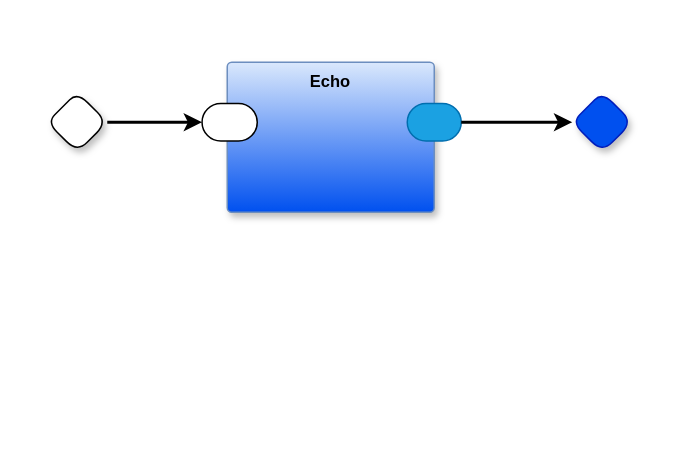
Earlier version of the draw.io diagram empty.drawio (guitarvydas/Demo-20240523). Source tidied: cells renumbered, new cells numbered last; positions are measured from the earlier drawing's top-left corner, leaving out a move shared by most shapes. Both pictures are drawn from the tidied source at 150%, with x=0, y=0 at pixel (46, 62).
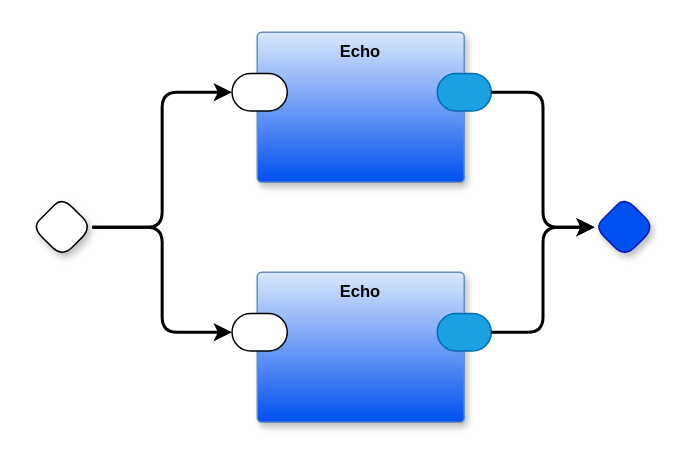
The same page after the edit.

The edit, as a diff of the source:
```diff
@@
 <mxGraphModel>
   <root>
     <mxCell id="0" />
     <mxCell id="1" parent="0" />
-    <mxCell id="2" style="edgeStyle=orthogonalEdgeStyle;rounded=1;jettySize=auto;html=1;exitX=1;exitY=0.5;exitDx=0;exitDy=0;exitPerimeter=0;strokeWidth=2;curved=0;" parent="1" edge="1" source="3" target="5">
-      <mxGeometry relative="1" as="geometry" />
-    </mxCell>
-    <mxCell id="3" style="rhombus;whiteSpace=wrap;html=1;rounded=1;fontStyle=1;glass=0;sketch=0;fontSize=12;points=[[0,0.5,0,0,0],[0.5,0,0,0,0],[0.5,1,0,0,0],[1,0.5,0,0,0]];shadow=1;fontFamily=Helvetica;fontColor=default;" parent="1" vertex="1">
-      <mxGeometry y="20" width="40" height="40" as="geometry" />
-    </mxCell>
-    <mxCell id="4" value="Echo" style="rounded=1;whiteSpace=wrap;html=1;verticalAlign=top;arcSize=6;fontStyle=1;absoluteArcSize=1;shadow=1;strokeColor=#6c8ebf;fillColor=#dae8fc;fontFamily=Helvetica;fontSize=11;gradientColor=#0050EF;fontColor=default;" parent="1" vertex="1">
-      <mxGeometry x="120" width="138" height="100" as="geometry" />
-    </mxCell>
-    <mxCell id="5" style="rounded=1;whiteSpace=wrap;html=1;sketch=0;points=[[0,0.5,0,0,0],[1,0.5,0,0,0]];arcSize=50;fontFamily=Helvetica;fontSize=11;fontColor=default;" parent="4" vertex="1">
-      <mxGeometry x="-16.8" y="27.5" width="36.8" height="25" as="geometry" />
-    </mxCell>
-    <mxCell id="6" style="rounded=1;whiteSpace=wrap;html=1;sketch=0;points=[[0,0.5,0,0,0],[1,0.5,0,0,0]];fillColor=#1ba1e2;fontColor=#ffffff;strokeColor=#006EAF;arcSize=50;fontFamily=Helvetica;fontSize=11;" parent="4" vertex="1">
-      <mxGeometry x="120" y="27.5" width="36" height="25" as="geometry" />
-    </mxCell>
-    <mxCell id="7" style="rhombus;whiteSpace=wrap;html=1;rounded=1;fontStyle=1;glass=0;sketch=0;fontSize=12;points=[[0,0.5,0,0,0],[0.5,0,0,0,0],[0.5,1,0,0,0],[1,0.5,0,0,0]];shadow=1;fillColor=#0050ef;fontColor=#ffffff;strokeColor=#001DBC;fontFamily=Helvetica;" parent="1" vertex="1">
-      <mxGeometry x="350" y="20" width="40" height="40" as="geometry" />
-    </mxCell>
-    <mxCell id="8" style="edgeStyle=orthogonalEdgeStyle;rounded=1;jettySize=auto;html=1;exitX=1;exitY=0.5;exitDx=0;exitDy=0;exitPerimeter=0;entryX=0;entryY=0.5;entryDx=0;entryDy=0;entryPerimeter=0;strokeWidth=2;curved=0;" parent="1" edge="1" source="6" target="7">
-      <mxGeometry relative="1" as="geometry" />
-    </mxCell>
+    <mxCell id="9" style="rhombus;whiteSpace=wrap;html=1;rounded=1;fontStyle=1;glass=0;sketch=0;fontSize=12;points=[[0,0.5,0,0,0],[0.5,0,0,0,0],[0.5,1,0,0,0],[1,0.5,0,0,0]];shadow=1;fontFamily=Helvetica;fontColor=default;" parent="1" vertex="1">
+      <mxGeometry x="-10" y="90" width="40" height="40" as="geometry" />
+    </mxCell>
+    <mxCell id="10" style="rhombus;whiteSpace=wrap;html=1;rounded=1;fontStyle=1;glass=0;sketch=0;fontSize=12;points=[[0,0.5,0,0,0],[0.5,0,0,0,0],[0.5,1,0,0,0],[1,0.5,0,0,0]];shadow=1;fillColor=#0050ef;fontColor=#ffffff;strokeColor=#001DBC;fontFamily=Helvetica;" parent="1" vertex="1">
+      <mxGeometry x="365" y="90" width="40" height="40" as="geometry" />
+    </mxCell>
+    <mxCell id="11" value="Echo" style="rounded=1;whiteSpace=wrap;html=1;verticalAlign=top;arcSize=6;fontStyle=1;absoluteArcSize=1;shadow=1;strokeColor=#6c8ebf;fillColor=#dae8fc;fontFamily=Helvetica;fontSize=11;gradientColor=#0050EF;fontColor=default;" parent="1" vertex="1">
+      <mxGeometry x="140" y="-20" width="138" height="100" as="geometry" />
+    </mxCell>
+    <mxCell id="12" style="rounded=1;whiteSpace=wrap;html=1;sketch=0;points=[[0,0.5,0,0,0],[1,0.5,0,0,0]];arcSize=50;fontFamily=Helvetica;fontSize=11;fontColor=default;" parent="11" vertex="1">
+      <mxGeometry x="-16.8" y="27.5" width="36.8" height="25" as="geometry" />
+    </mxCell>
+    <mxCell id="13" style="rounded=1;whiteSpace=wrap;html=1;sketch=0;points=[[0,0.5,0,0,0],[1,0.5,0,0,0]];fillColor=#1ba1e2;fontColor=#ffffff;strokeColor=#006EAF;arcSize=50;fontFamily=Helvetica;fontSize=11;" parent="11" vertex="1">
+      <mxGeometry x="120" y="27.5" width="36" height="25" as="geometry" />
+    </mxCell>
+    <mxCell id="14" value="Echo" style="rounded=1;whiteSpace=wrap;html=1;verticalAlign=top;arcSize=6;fontStyle=1;absoluteArcSize=1;shadow=1;strokeColor=#6c8ebf;fillColor=#dae8fc;fontFamily=Helvetica;fontSize=11;gradientColor=#0050EF;fontColor=default;" parent="1" vertex="1">
+      <mxGeometry x="140" y="140" width="138" height="100" as="geometry" />
+    </mxCell>
+    <mxCell id="15" style="rounded=1;whiteSpace=wrap;html=1;sketch=0;points=[[0,0.5,0,0,0],[1,0.5,0,0,0]];arcSize=50;fontFamily=Helvetica;fontSize=11;fontColor=default;" parent="14" vertex="1">
+      <mxGeometry x="-16.8" y="27.5" width="36.8" height="25" as="geometry" />
+    </mxCell>
+    <mxCell id="16" style="rounded=1;whiteSpace=wrap;html=1;sketch=0;points=[[0,0.5,0,0,0],[1,0.5,0,0,0]];fillColor=#1ba1e2;fontColor=#ffffff;strokeColor=#006EAF;arcSize=50;fontFamily=Helvetica;fontSize=11;" parent="14" vertex="1">
+      <mxGeometry x="120" y="27.5" width="36" height="25" as="geometry" />
+    </mxCell>
+    <mxCell id="17" style="edgeStyle=orthogonalEdgeStyle;rounded=1;jettySize=auto;html=1;exitX=1;exitY=0.5;exitDx=0;exitDy=0;exitPerimeter=0;entryX=0;entryY=0.5;entryDx=0;entryDy=0;entryPerimeter=0;strokeWidth=2;curved=0;" parent="1" edge="1" source="9" target="12">
+      <mxGeometry relative="1" as="geometry" />
+    </mxCell>
+    <mxCell id="18" style="edgeStyle=orthogonalEdgeStyle;rounded=1;jettySize=auto;html=1;exitX=1;exitY=0.5;exitDx=0;exitDy=0;exitPerimeter=0;strokeWidth=2;entryX=0;entryY=0.5;entryDx=0;entryDy=0;entryPerimeter=0;curved=0;" parent="1" edge="1" source="16" target="10">
+      <mxGeometry relative="1" as="geometry" />
+    </mxCell>
+    <mxCell id="19" style="edgeStyle=orthogonalEdgeStyle;rounded=1;jettySize=auto;html=1;exitX=1;exitY=0.5;exitDx=0;exitDy=0;exitPerimeter=0;entryX=0;entryY=0.5;entryDx=0;entryDy=0;entryPerimeter=0;strokeWidth=2;curved=0;" parent="1" edge="1" source="9" target="15">
+      <mxGeometry relative="1" as="geometry" />
+    </mxCell>
+    <mxCell id="20" style="edgeStyle=orthogonalEdgeStyle;rounded=1;jettySize=auto;html=1;exitX=1;exitY=0.5;exitDx=0;exitDy=0;exitPerimeter=0;entryX=0;entryY=0.5;entryDx=0;entryDy=0;entryPerimeter=0;strokeWidth=2;curved=0;" parent="1" edge="1" source="13" target="10">
+      <mxGeometry relative="1" as="geometry" />
+    </mxCell>
   </root>
 </mxGraphModel>
```
